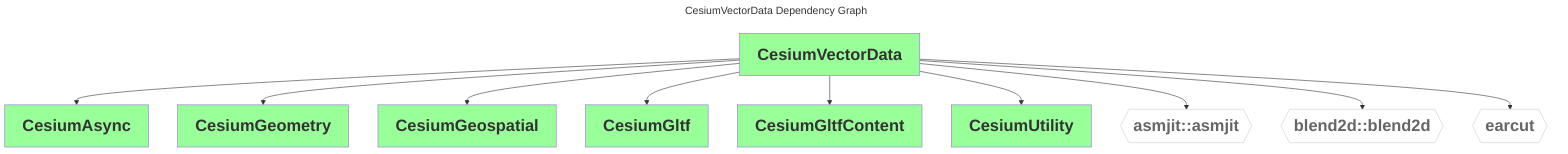
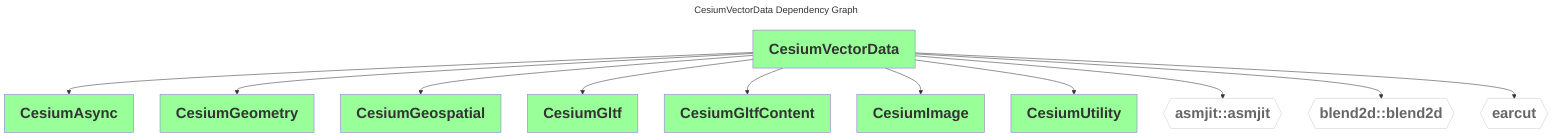
---
comment: This file was generated by dep-graph-gen. DO NOT EDIT THIS FILE!

title: CesiumVectorData Dependency Graph
---
graph TD
  classDef dependencyNode fill:#fff,stroke:#ccc,color:#666,font-weight:bold,font-size:28px
  classDef libraryNode fill:#9f9,font-weight:bold,font-size:28px
  CesiumVectorData[CesiumVectorData] --> CesiumAsync[CesiumAsync]
  CesiumVectorData[CesiumVectorData] --> CesiumGeometry[CesiumGeometry]
  CesiumVectorData[CesiumVectorData] --> CesiumGeospatial[CesiumGeospatial]
  CesiumVectorData[CesiumVectorData] --> CesiumGltf[CesiumGltf]
  CesiumVectorData[CesiumVectorData] --> CesiumGltfContent[CesiumGltfContent]
+   CesiumVectorData[CesiumVectorData] --> CesiumImage[CesiumImage]
  CesiumVectorData[CesiumVectorData] --> CesiumUtility[CesiumUtility]
  CesiumVectorData[CesiumVectorData] --> asmjit_asmjit{{asmjit::asmjit}}
  CesiumVectorData[CesiumVectorData] --> blend2d_blend2d{{blend2d::blend2d}}
  CesiumVectorData[CesiumVectorData] --> earcut{{earcut}}
  class asmjit_asmjit,blend2d_blend2d,earcut dependencyNode
-   class CesiumAsync,CesiumGeometry,CesiumGeospatial,CesiumGltf,CesiumGltfContent,CesiumUtility,CesiumVectorData libraryNode
+   class CesiumAsync,CesiumGeometry,CesiumGeospatial,CesiumGltf,CesiumGltfContent,CesiumImage,CesiumUtility,CesiumVectorData libraryNode
